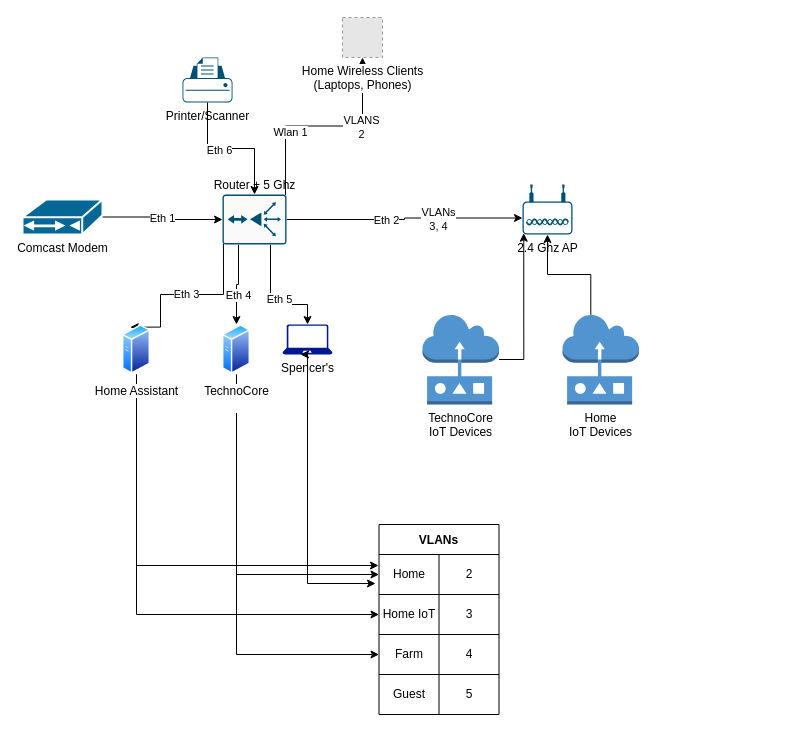
TheHackmeister/HomeAssistant keeps this draw.io diagram as Untitled Diagram.drawio. Above is the earlier version. Source tidied: cells renumbered, new cells numbered last; positions are measured from the earlier drawing's top-left corner, leaving out a move shared by most shapes. Both pictures are drawn from the tidied source at 100%, with x=0, y=0 at pixel (22, 17). Pictures stored in the file or linked from it are replaced by grey dashed boxes.
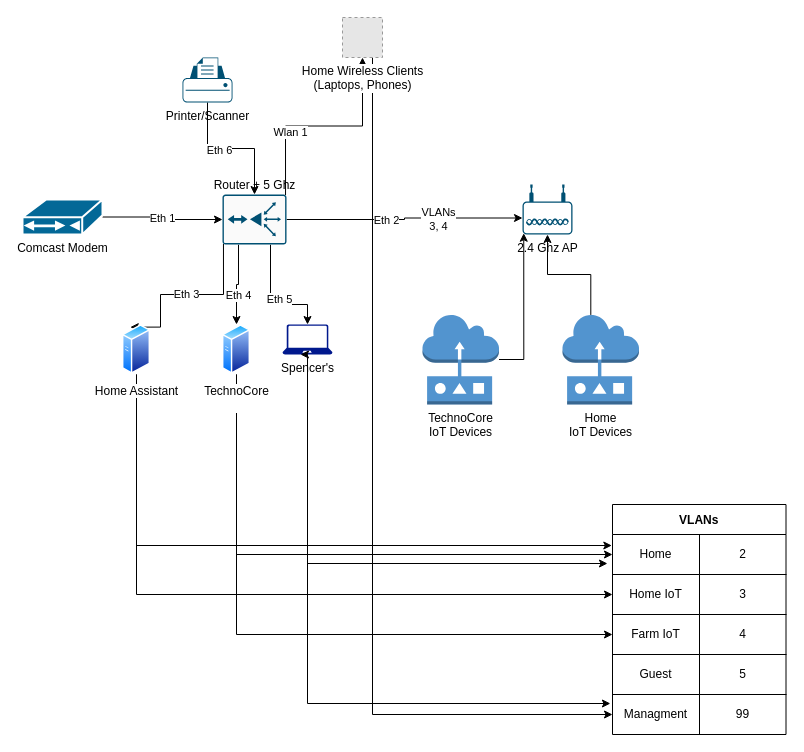
After the change.

Commit message:
Added management VLAN

Unchanged cells that the change refers to:
```xml
<mxCell id="11" style="edgeStyle=orthogonalEdgeStyle;rounded=0;jettySize=auto;html=1;exitX=0.015;exitY=0.985;exitDx=0;exitDy=0;exitPerimeter=0;entryX=0.5;entryY=1;entryDx=0;entryDy=0;" parent="1" edge="1" source="14" target="30">
  <mxGeometry relative="1" as="geometry" />
</mxCell>
<mxCell id="16" value="&lt;div&gt;Spencer's&lt;/div&gt;" style="shadow=0;dashed=0;html=1;strokeColor=none;labelPosition=center;verticalLabelPosition=bottom;verticalAlign=top;align=center;fillColor=#00188D;shape=mxgraph.azure.laptop;" parent="1" vertex="1">
  <mxGeometry x="260" y="307" width="50" height="30" as="geometry" />
</mxCell>
<mxCell id="30" value="&lt;div&gt;Home Wireless Clients&lt;/div&gt;&lt;div&gt;(Laptops, Phones)&lt;/div&gt;" style="fillColor=#E6E6E6;strokeColor=#999999;dashed=1;html=1;verticalAlign=top;verticalLabelPosition=bottom;labelBackgroundColor=#ffffff;" parent="1" vertex="1">
  <mxGeometry x="320" width="40" height="40" as="geometry" />
</mxCell>
```

Change to the diagram source:
```diff
@@
-    <mxCell id="13" value="&lt;div&gt;VLANS&lt;/div&gt;&lt;div&gt;2&lt;/div&gt;" style="edgeLabel;html=1;align=center;verticalAlign=middle;" parent="11" vertex="1">
-      <mxGeometry x="0.35" relative="1" as="geometry">
-        <mxPoint y="1" as="offset" />
-      </mxGeometry>
-    </mxCell>
@@
+    <mxCell id="47" style="edgeStyle=orthogonalEdgeStyle;rounded=0;jettySize=auto;html=1;exitX=0.5;exitY=1;exitDx=0;exitDy=0;exitPerimeter=0;entryX=-0.012;entryY=0.225;entryDx=0;entryDy=0;entryPerimeter=0;" parent="1" edge="1" source="16" target="49">
+      <mxGeometry relative="1" as="geometry" />
+    </mxCell>
@@
+    <mxCell id="48" style="edgeStyle=orthogonalEdgeStyle;rounded=0;jettySize=auto;html=1;exitX=0.75;exitY=1;exitDx=0;exitDy=0;entryX=0;entryY=0.5;entryDx=0;entryDy=0;" parent="1" edge="1" source="30" target="49">
+      <mxGeometry relative="1" as="geometry" />
+    </mxCell>
@@
     <mxCell id="33" value="VLANs" style="shape=table;startSize=30;childLayout=tableLayout;fontStyle=1;align=center;" parent="1" vertex="1">
-      <mxGeometry x="356.5" y="507" width="120" height="190" as="geometry" />
+      <mxGeometry x="590" y="487" width="173.5" height="230" as="geometry" />
     </mxCell>
     <mxCell id="34" style="shape=partialRectangle;html=1;whiteSpace=wrap;fillColor=none;top=0;left=0;bottom=0;right=0;points=[[0,0.5],[1,0.5]];portConstraint=eastwest;" parent="33" vertex="1">
-      <mxGeometry y="30" width="120" height="40" as="geometry" />
+      <mxGeometry y="30" width="173.5" height="40" as="geometry" />
     </mxCell>
     <mxCell id="35" value="&lt;div&gt;Home&lt;/div&gt;" style="shape=partialRectangle;html=1;whiteSpace=wrap;fillColor=none;top=0;left=0;bottom=0;right=0;overflow=hidden;" parent="34" vertex="1">
-      <mxGeometry width="60" height="40" as="geometry" />
+      <mxGeometry width="87" height="40" as="geometry" />
     </mxCell>
     <mxCell id="36" value="2" style="shape=partialRectangle;html=1;whiteSpace=wrap;fillColor=none;top=0;left=0;bottom=0;right=0;overflow=hidden;" parent="34" vertex="1">
-      <mxGeometry x="60" width="60" height="40" as="geometry" />
+      <mxGeometry x="87" width="87" height="40" as="geometry" />
     </mxCell>
     <mxCell id="37" style="shape=partialRectangle;html=1;whiteSpace=wrap;fillColor=none;top=0;left=0;bottom=0;right=0;points=[[0,0.5],[1,0.5]];portConstraint=eastwest;" parent="33" vertex="1">
-      <mxGeometry y="70" width="120" height="40" as="geometry" />
+      <mxGeometry y="70" width="173.5" height="40" as="geometry" />
     </mxCell>
     <mxCell id="38" value="Home IoT" style="shape=partialRectangle;html=1;whiteSpace=wrap;fillColor=none;top=0;left=0;bottom=0;right=0;overflow=hidden;" parent="37" vertex="1">
-      <mxGeometry width="60" height="40" as="geometry" />
+      <mxGeometry width="87" height="40" as="geometry" />
     </mxCell>
     <mxCell id="39" value="3" style="shape=partialRectangle;html=1;whiteSpace=wrap;fillColor=none;top=0;left=0;bottom=0;right=0;overflow=hidden;" parent="37" vertex="1">
-      <mxGeometry x="60" width="60" height="40" as="geometry" />
+      <mxGeometry x="87" width="87" height="40" as="geometry" />
     </mxCell>
     <mxCell id="40" style="shape=partialRectangle;html=1;whiteSpace=wrap;fillColor=none;top=0;left=0;bottom=0;right=0;points=[[0,0.5],[1,0.5]];portConstraint=eastwest;" parent="33" vertex="1">
-      <mxGeometry y="110" width="120" height="40" as="geometry" />
+      <mxGeometry y="110" width="173.5" height="40" as="geometry" />
     </mxCell>
-    <mxCell id="41" value="Farm" style="shape=partialRectangle;html=1;whiteSpace=wrap;fillColor=none;top=0;left=0;bottom=0;right=0;overflow=hidden;" parent="40" vertex="1">
-      <mxGeometry width="60" height="40" as="geometry" />
+    <mxCell id="41" value="&lt;div&gt;Farm IoT&lt;/div&gt;" style="shape=partialRectangle;html=1;whiteSpace=wrap;fillColor=none;top=0;left=0;bottom=0;right=0;overflow=hidden;" parent="40" vertex="1">
+      <mxGeometry width="87" height="40" as="geometry" />
     </mxCell>
     <mxCell id="42" value="4" style="shape=partialRectangle;html=1;whiteSpace=wrap;fillColor=none;top=0;left=0;bottom=0;right=0;overflow=hidden;" parent="40" vertex="1">
-      <mxGeometry x="60" width="60" height="40" as="geometry" />
+      <mxGeometry x="87" width="87" height="40" as="geometry" />
     </mxCell>
     <mxCell id="43" style="shape=partialRectangle;html=1;whiteSpace=wrap;fillColor=none;top=0;left=0;bottom=0;right=0;" parent="33" vertex="1">
-      <mxGeometry y="150" width="120" height="40" as="geometry" />
+      <mxGeometry y="150" width="173.5" height="40" as="geometry" />
     </mxCell>
     <mxCell id="44" value="Guest" style="shape=partialRectangle;html=1;whiteSpace=wrap;fillColor=none;top=0;left=0;bottom=0;right=0;overflow=hidden;" parent="43" vertex="1">
-      <mxGeometry width="60" height="40" as="geometry" />
+      <mxGeometry width="87" height="40" as="geometry" />
     </mxCell>
     <mxCell id="45" value="5" style="shape=partialRectangle;html=1;whiteSpace=wrap;fillColor=none;top=0;left=0;bottom=0;right=0;overflow=hidden;" parent="43" vertex="1">
-      <mxGeometry x="60" width="60" height="40" as="geometry" />
+      <mxGeometry x="87" width="87" height="40" as="geometry" />
     </mxCell>
+    <mxCell id="49" style="shape=partialRectangle;html=1;whiteSpace=wrap;fillColor=none;top=0;left=0;bottom=0;right=0;points=[[0,0.5],[1,0.5]];portConstraint=eastwest;" parent="33" vertex="1">
+      <mxGeometry y="190" width="173.5" height="40" as="geometry" />
+    </mxCell>
+    <mxCell id="50" value="Managment" style="shape=partialRectangle;html=1;whiteSpace=wrap;fillColor=none;top=0;left=0;bottom=0;right=0;overflow=hidden;" parent="49" vertex="1">
+      <mxGeometry width="87" height="40" as="geometry" />
+    </mxCell>
+    <mxCell id="51" value="99" style="shape=partialRectangle;html=1;whiteSpace=wrap;fillColor=none;top=0;left=0;bottom=0;right=0;overflow=hidden;" parent="49" vertex="1">
+      <mxGeometry x="87" width="87" height="40" as="geometry" />
+    </mxCell>
```
